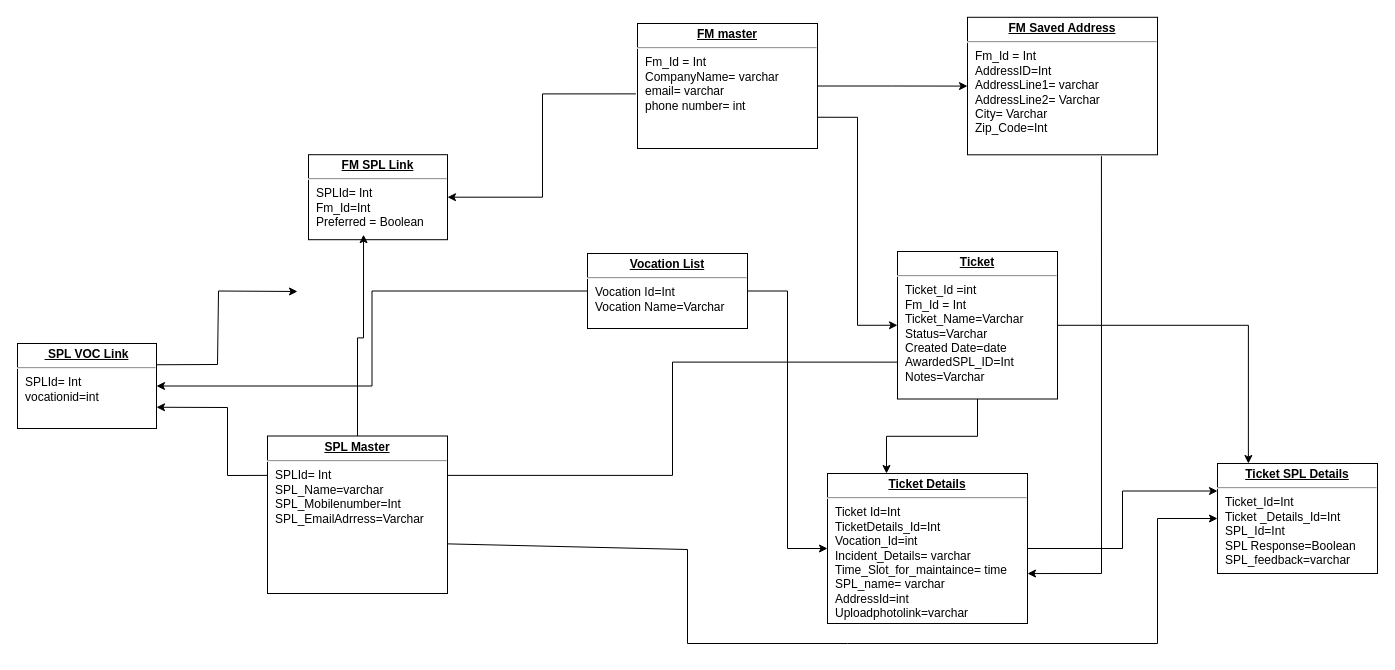
This is TDP_Schema/Schema.drawio from Lalit1431/TDP_SchemaDesign, a draw.io file, before an edit. Source tidied: cells renumbered, new cells numbered last; positions are measured from the earlier drawing's top-left corner, leaving out a move shared by most shapes. Both pictures are drawn from the tidied source at 100%, with x=0, y=0 at pixel (17, 17).
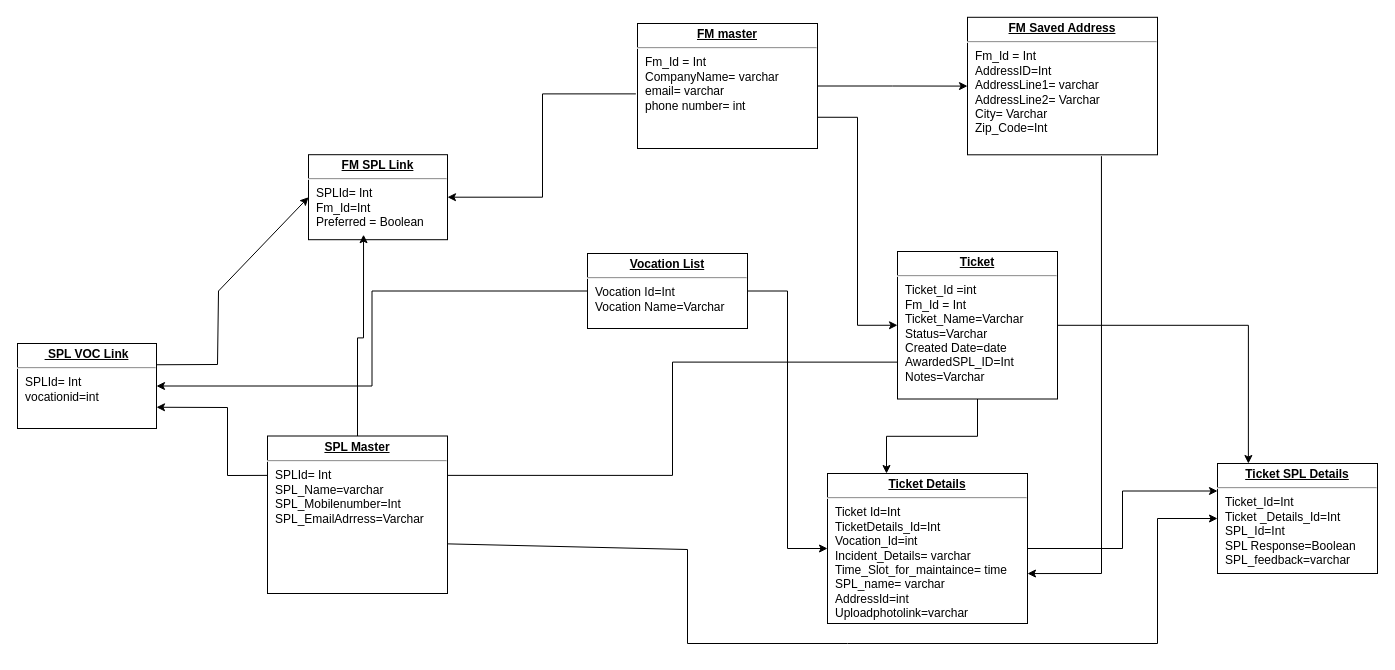
The same diagram, later.

Unchanged cells that the change refers to:
```xml
<mxCell id="14" value="&lt;p style=&quot;margin: 0px ; margin-top: 4px ; text-align: center ; text-decoration: underline&quot;&gt;&lt;b&gt;FM SPL Link&lt;/b&gt;&lt;/p&gt;&lt;hr&gt;&lt;p style=&quot;margin: 0px ; margin-left: 8px&quot;&gt;SPLId= Int&lt;/p&gt;&lt;p style=&quot;margin: 0px ; margin-left: 8px&quot;&gt;Fm_Id=Int&lt;/p&gt;&lt;p style=&quot;margin: 0px ; margin-left: 8px&quot;&gt;Preferred = Boolean&lt;br&gt;&lt;/p&gt;" style="verticalAlign=top;align=left;overflow=fill;fontSize=12;fontFamily=Helvetica;html=1;rounded=0;shadow=0;comic=0;labelBackgroundColor=none;strokeWidth=1;" parent="1" vertex="1">
  <mxGeometry x="291" y="137.2" width="139" height="85" as="geometry" />
</mxCell>
<mxCell id="21" value="&lt;p style=&quot;margin: 0px ; margin-top: 4px ; text-align: center ; text-decoration: underline&quot;&gt;&lt;b&gt;&amp;nbsp;SPL VOC Link&lt;/b&gt;&lt;/p&gt;&lt;hr&gt;&lt;p style=&quot;margin: 0px ; margin-left: 8px&quot;&gt;SPLId= Int&lt;/p&gt;&lt;p style=&quot;margin: 0px ; margin-left: 8px&quot;&gt;vocationid=int&lt;/p&gt;&lt;p style=&quot;margin: 0px ; margin-left: 8px&quot;&gt;&lt;br&gt;&lt;/p&gt;" style="verticalAlign=top;align=left;overflow=fill;fontSize=12;fontFamily=Helvetica;html=1;rounded=0;shadow=0;comic=0;labelBackgroundColor=none;strokeWidth=1;" parent="1" vertex="1">
  <mxGeometry y="326" width="139" height="85" as="geometry" />
</mxCell>
```

The edit, as a diff of the source:
```diff
@@
-    <mxCell id="22" style="endArrow=classic;html=1;rounded=0;fontFamily=Verdana;exitX=1;exitY=0.25;exitDx=0;exitDy=0;" parent="1" edge="1" source="21">
+    <mxCell id="22" style="endArrow=classic;html=1;rounded=0;fontFamily=Verdana;exitX=1;exitY=0.25;exitDx=0;exitDy=0;entryX=0;entryY=0.5;entryDx=0;entryDy=0;" parent="1" edge="1" source="21" target="14">
       <mxGeometry relative="1" as="geometry">
-        <mxPoint x="280" y="274" as="targetPoint" />
         <Array as="points">
           <mxPoint x="200" y="347" />
           <mxPoint x="201" y="273.5" />
         </Array>
       </mxGeometry>
     </mxCell>
```
